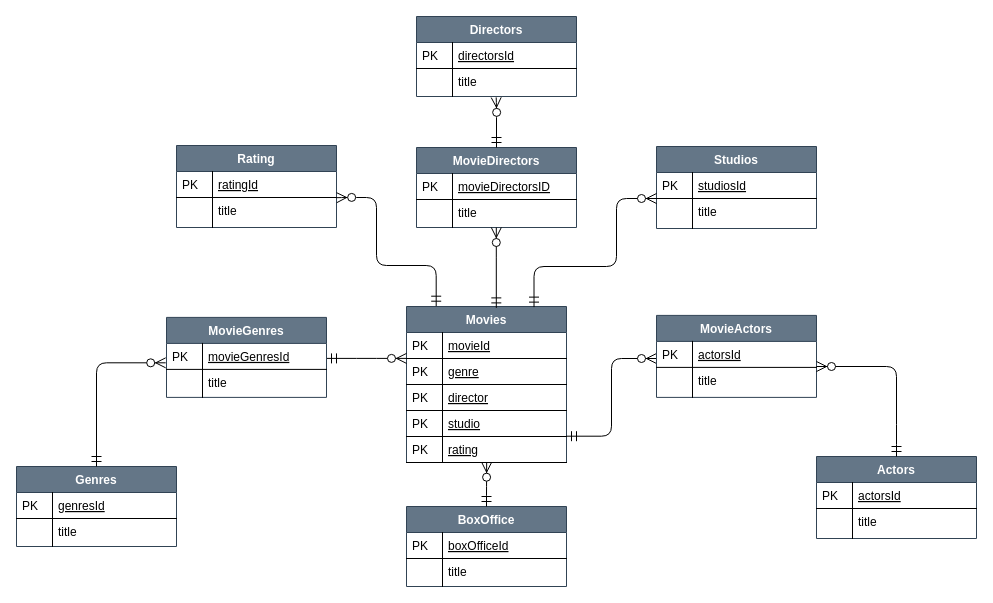
Before: Untitled Diagram.drawio in Vytautasragaisis07/db_diagram, a draw.io diagram. Source tidied: cells renumbered, new cells numbered last; positions are measured from the earlier drawing's top-left corner, leaving out a move shared by most shapes. Both pictures are drawn from the tidied source at 100%, with x=0, y=0 at pixel (16, 16).
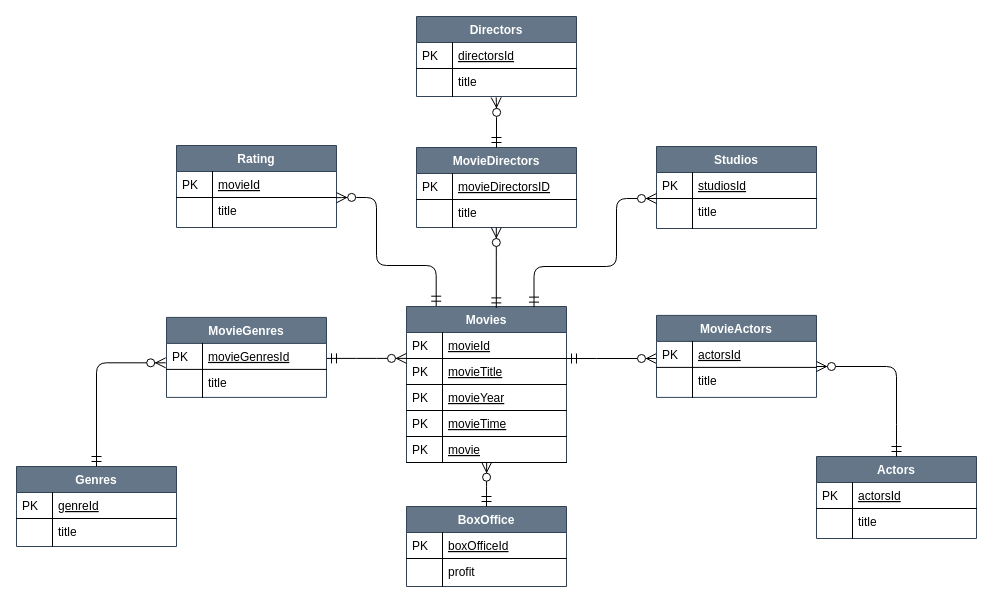
After the change.

Unchanged cells that the change refers to:
```xml
<mxCell id="2" value="Movies" style="swimlane;fontStyle=1;horizontal=1;startSize=26;rounded=0;shadow=0;strokeWidth=1;fillColor=#647687;strokeColor=#314354;fontColor=#ffffff;" parent="1" vertex="1">
  <mxGeometry x="390" y="290" width="160" height="156" as="geometry" />
</mxCell>
<mxCell id="18" value="BoxOffice" style="swimlane;fontStyle=1;horizontal=1;startSize=26;rounded=0;shadow=0;strokeWidth=1;fillColor=#647687;strokeColor=#314354;fontColor=#ffffff;" parent="1" vertex="1">
  <mxGeometry x="390" y="490" width="160" height="80" as="geometry" />
</mxCell>
<mxCell id="23" value="Genres" style="swimlane;fontStyle=1;horizontal=1;startSize=26;rounded=0;shadow=0;strokeWidth=1;fillColor=#647687;strokeColor=#314354;fontColor=#ffffff;" parent="1" vertex="1">
  <mxGeometry y="450" width="160" height="80" as="geometry" />
</mxCell>
<mxCell id="61" value="Rating" style="swimlane;fontStyle=1;horizontal=1;startSize=26;rounded=0;shadow=0;strokeWidth=1;fillColor=#647687;strokeColor=#314354;fontColor=#ffffff;" parent="1" vertex="1">
  <mxGeometry x="160" y="129" width="160" height="82" as="geometry" />
</mxCell>
```

Diff of the diagram source:
```diff
@@
-    <mxCell id="5" value="genre" style="shape=partialRectangle;top=0;left=0;right=0;bottom=1;align=left;verticalAlign=top;fillColor=none;spacingLeft=40;spacingRight=4;overflow=hidden;points=[[0,0.5],[1,0.5]];portConstraint=eastwest;rounded=0;shadow=0;strokeWidth=1;fontStyle=4;" parent="2" vertex="1">
+    <mxCell id="5" value="movieTitle" style="shape=partialRectangle;top=0;left=0;right=0;bottom=1;align=left;verticalAlign=top;fillColor=none;spacingLeft=40;spacingRight=4;overflow=hidden;points=[[0,0.5],[1,0.5]];portConstraint=eastwest;rounded=0;shadow=0;strokeWidth=1;fontStyle=4;" parent="2" vertex="1">
       <mxGeometry y="52" width="160" height="26" as="geometry" />
     </mxCell>
@@
-    <mxCell id="7" value="director" style="shape=partialRectangle;top=0;left=0;right=0;bottom=1;align=left;verticalAlign=top;fillColor=none;spacingLeft=40;spacingRight=4;overflow=hidden;rounded=0;shadow=0;strokeWidth=1;fontStyle=4;" parent="2" vertex="1">
+    <mxCell id="7" value="movieYear" style="shape=partialRectangle;top=0;left=0;right=0;bottom=1;align=left;verticalAlign=top;fillColor=none;spacingLeft=40;spacingRight=4;overflow=hidden;rounded=0;shadow=0;strokeWidth=1;fontStyle=4;" parent="2" vertex="1">
       <mxGeometry y="78" width="160" height="26" as="geometry" />
     </mxCell>
@@
-    <mxCell id="9" value="studio" style="shape=partialRectangle;top=0;left=0;right=0;bottom=1;align=left;verticalAlign=top;fillColor=none;spacingLeft=40;spacingRight=4;overflow=hidden;rounded=0;shadow=0;strokeWidth=1;fontStyle=4;" parent="2" vertex="1">
+    <mxCell id="9" value="movieTime" style="shape=partialRectangle;top=0;left=0;right=0;bottom=1;align=left;verticalAlign=top;fillColor=none;spacingLeft=40;spacingRight=4;overflow=hidden;rounded=0;shadow=0;strokeWidth=1;fontStyle=4;" parent="2" vertex="1">
       <mxGeometry y="104" width="160" height="26" as="geometry" />
     </mxCell>
@@
-    <mxCell id="11" value="rating" style="shape=partialRectangle;top=0;left=0;right=0;bottom=1;align=left;verticalAlign=top;fillColor=none;spacingLeft=40;spacingRight=4;overflow=hidden;points=[[0,0.5],[1,0.5]];portConstraint=eastwest;rounded=0;shadow=0;strokeWidth=1;fontStyle=4;" parent="2" vertex="1">
+    <mxCell id="11" value="movie" style="shape=partialRectangle;top=0;left=0;right=0;bottom=1;align=left;verticalAlign=top;fillColor=none;spacingLeft=40;spacingRight=4;overflow=hidden;points=[[0,0.5],[1,0.5]];portConstraint=eastwest;rounded=0;shadow=0;strokeWidth=1;fontStyle=4;" parent="2" vertex="1">
       <mxGeometry y="130" width="160" height="26" as="geometry" />
     </mxCell>
@@
-    <mxCell id="21" value="title" style="shape=partialRectangle;top=0;left=0;right=0;bottom=0;align=left;verticalAlign=top;fillColor=none;spacingLeft=40;spacingRight=4;overflow=hidden;rounded=0;shadow=0;strokeWidth=1;" parent="18" vertex="1">
+    <mxCell id="21" value="profit" style="shape=partialRectangle;top=0;left=0;right=0;bottom=0;align=left;verticalAlign=top;fillColor=none;spacingLeft=40;spacingRight=4;overflow=hidden;rounded=0;shadow=0;strokeWidth=1;" parent="18" vertex="1">
       <mxGeometry y="52" width="160" height="28" as="geometry" />
     </mxCell>
@@
-    <mxCell id="24" value="genresId" style="shape=partialRectangle;top=0;left=0;right=0;bottom=1;align=left;verticalAlign=top;fillColor=none;spacingLeft=40;spacingRight=4;overflow=hidden;rounded=0;shadow=0;strokeWidth=1;fontStyle=4;" parent="23" vertex="1">
+    <mxCell id="24" value="genreId" style="shape=partialRectangle;top=0;left=0;right=0;bottom=1;align=left;verticalAlign=top;fillColor=none;spacingLeft=40;spacingRight=4;overflow=hidden;rounded=0;shadow=0;strokeWidth=1;fontStyle=4;" parent="23" vertex="1">
       <mxGeometry y="26" width="160" height="26" as="geometry" />
     </mxCell>
@@
-    <mxCell id="40" style="edgeStyle=orthogonalEdgeStyle;endArrow=ERzeroToMany;startArrow=ERmandOne;shadow=0;strokeWidth=1;endSize=8;startSize=8;exitX=0.998;exitY=-0.002;exitDx=0;exitDy=0;exitPerimeter=0;" parent="1" edge="1">
+    <mxCell id="40" style="edgeStyle=orthogonalEdgeStyle;endArrow=ERzeroToMany;startArrow=ERmandOne;shadow=0;strokeWidth=1;endSize=8;startSize=8;" parent="1" edge="1" source="5">
       <mxGeometry relative="1" as="geometry">
-        <mxPoint x="550" y="419.7" as="sourcePoint" />
         <mxPoint x="640" y="342" as="targetPoint" />
         <Array as="points">
-          <mxPoint x="595" y="342" />
+          <mxPoint x="570" y="342" />
+          <mxPoint x="570" y="342" />
         </Array>
       </mxGeometry>
     </mxCell>
@@
-    <mxCell id="62" value="ratingId" style="shape=partialRectangle;top=0;left=0;right=0;bottom=1;align=left;verticalAlign=top;fillColor=none;spacingLeft=40;spacingRight=4;overflow=hidden;rounded=0;shadow=0;strokeWidth=1;fontStyle=4;" parent="61" vertex="1">
+    <mxCell id="62" value="movieId" style="shape=partialRectangle;top=0;left=0;right=0;bottom=1;align=left;verticalAlign=top;fillColor=none;spacingLeft=40;spacingRight=4;overflow=hidden;rounded=0;shadow=0;strokeWidth=1;fontStyle=4;" parent="61" vertex="1">
       <mxGeometry y="26" width="160" height="26" as="geometry" />
     </mxCell>
```
